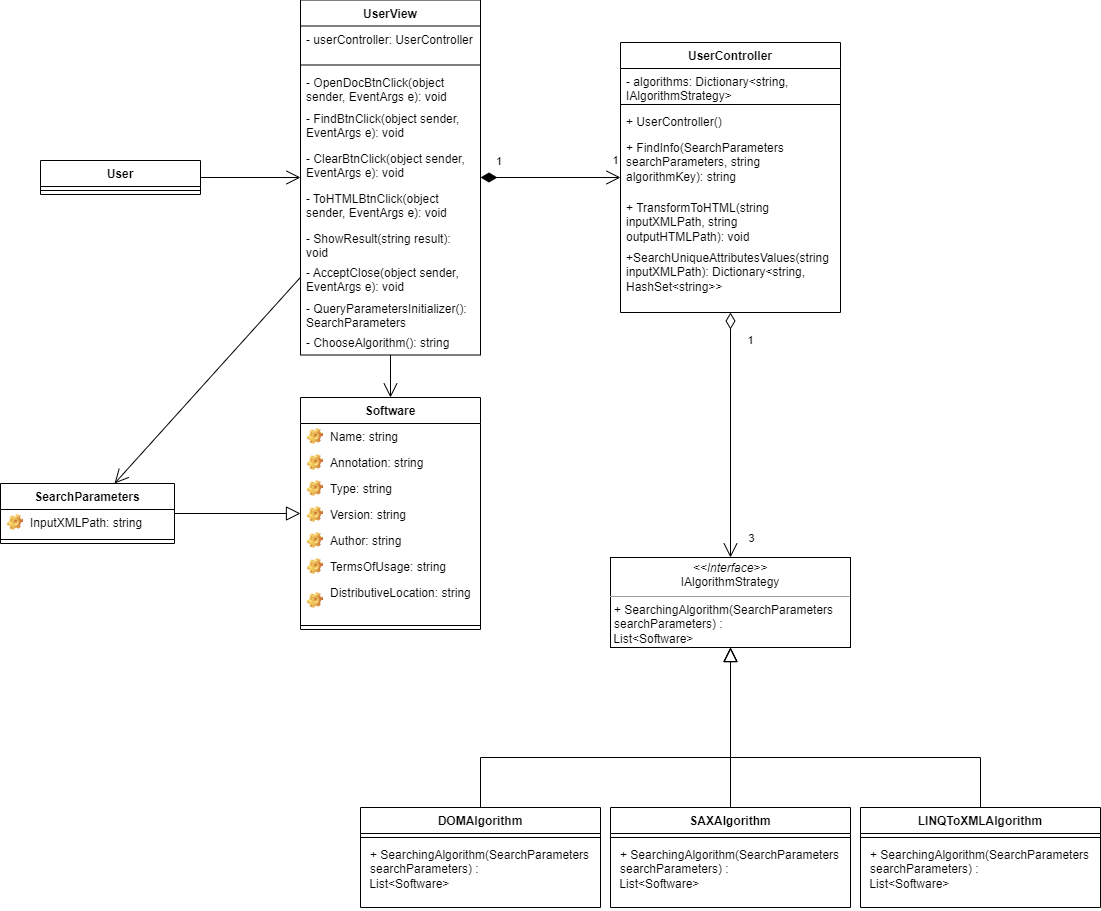
Above: Lab 2/ClassDiag.png in g-gi-g/Lab2 (draw.io), before the change. Source tidied: cells renumbered, new cells last; positions are measured from the earlier drawing's top-left corner, leaving out a move shared by most shapes.
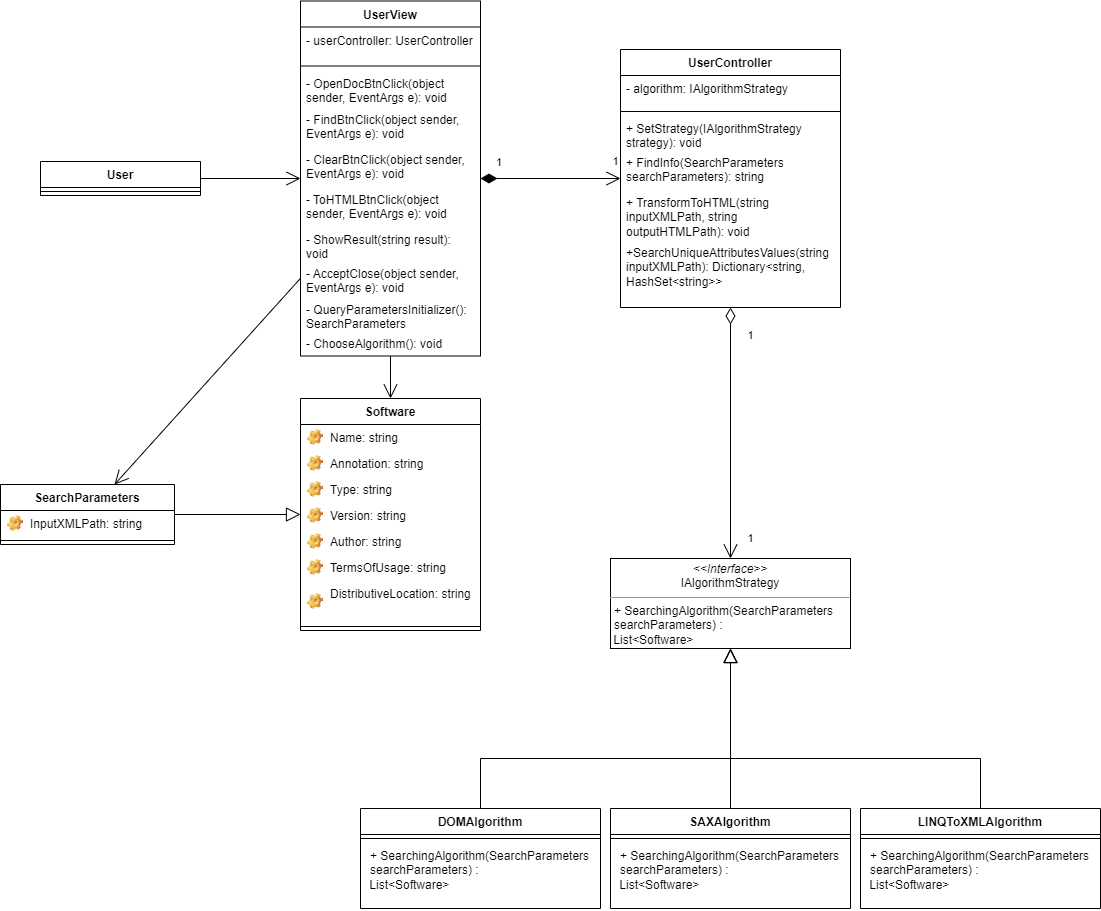
The same diagram one commit later.

What changed in the source:
```diff
@@ -38,29 +38,29 @@
     <mxCell id="13" value="- QueryParametersInitializer(): SearchParameters" style="text;strokeColor=none;fillColor=none;align=left;verticalAlign=top;spacingLeft=4;spacingRight=4;overflow=hidden;whiteSpace=wrap;html=1;" parent="4" vertex="1">
       <mxGeometry y="295" width="180" height="34" as="geometry" />
     </mxCell>
-    <mxCell id="14" value="- ChooseAlgorithm(): string" style="text;strokeColor=none;fillColor=none;align=left;verticalAlign=top;spacingLeft=4;spacingRight=4;overflow=hidden;whiteSpace=wrap;html=1;" parent="4" vertex="1">
+    <mxCell id="14" value="- ChooseAlgorithm(): void" style="text;strokeColor=none;fillColor=none;align=left;verticalAlign=top;spacingLeft=4;spacingRight=4;overflow=hidden;whiteSpace=wrap;html=1;" parent="4" vertex="1">
       <mxGeometry y="329" width="180" height="26" as="geometry" />
     </mxCell>
     <mxCell id="15" value="UserController" style="swimlane;fontStyle=1;align=center;verticalAlign=top;horizontal=1;startSize=26;whiteSpace=wrap;html=1;" parent="1" vertex="1">
-      <mxGeometry x="620" y="43" width="220" height="270" as="geometry" />
+      <mxGeometry x="620" y="49" width="220" height="258" as="geometry" />
     </mxCell>
-    <mxCell id="16" value="- algorithms: Dictionary&amp;lt;string, IAlgorithmStrategy&amp;gt;" style="text;strokeColor=none;fillColor=none;align=left;verticalAlign=top;spacingLeft=4;spacingRight=4;overflow=hidden;whiteSpace=wrap;html=1;" parent="15" vertex="1">
+    <mxCell id="16" value="- algorithm: IAlgorithmStrategy" style="text;strokeColor=none;fillColor=none;align=left;verticalAlign=top;spacingLeft=4;spacingRight=4;overflow=hidden;whiteSpace=wrap;html=1;" parent="15" vertex="1">
       <mxGeometry y="26" width="220" height="32" as="geometry" />
     </mxCell>
     <mxCell id="17" style="line;strokeWidth=1;fillColor=none;align=left;verticalAlign=middle;spacingTop=-1;spacingLeft=3;spacingRight=3;labelPosition=right;strokeColor=inherit;" parent="15" vertex="1">
       <mxGeometry y="58" width="220" height="8" as="geometry" />
     </mxCell>
-    <mxCell id="18" value="+ UserController()" style="text;strokeColor=none;fillColor=none;align=left;verticalAlign=top;spacingLeft=4;spacingRight=4;overflow=hidden;whiteSpace=wrap;html=1;" parent="15" vertex="1">
-      <mxGeometry y="66" width="220" height="26" as="geometry" />
-    </mxCell>
+    <mxCell id="56" value="+ SetStrategy(IAlgorithmStrategy strategy): void" style="text;strokeColor=none;fillColor=none;align=left;verticalAlign=top;spacingLeft=4;spacingRight=4;overflow=hidden;whiteSpace=wrap;html=1;" parent="15" vertex="1">
+      <mxGeometry y="66" width="220" height="34" as="geometry" />
+    </mxCell>
-    <mxCell id="19" value="+ FindInfo(SearchParameters searchParameters, string algorithmKey): string" style="text;strokeColor=none;fillColor=none;align=left;verticalAlign=top;spacingLeft=4;spacingRight=4;overflow=hidden;whiteSpace=wrap;html=1;" parent="15" vertex="1">
-      <mxGeometry y="92" width="220" height="60" as="geometry" />
+    <mxCell id="19" value="+ FindInfo(SearchParameters searchParameters): string" style="text;strokeColor=none;fillColor=none;align=left;verticalAlign=top;spacingLeft=4;spacingRight=4;overflow=hidden;whiteSpace=wrap;html=1;" parent="15" vertex="1">
+      <mxGeometry y="100" width="220" height="40" as="geometry" />
     </mxCell>
     <mxCell id="20" value="+ TransformToHTML(string inputXMLPath, string outputHTMLPath): void" style="text;strokeColor=none;fillColor=none;align=left;verticalAlign=top;spacingLeft=4;spacingRight=4;overflow=hidden;whiteSpace=wrap;html=1;" parent="15" vertex="1">
-      <mxGeometry y="152" width="220" height="50" as="geometry" />
+      <mxGeometry y="140" width="220" height="50" as="geometry" />
     </mxCell>
     <mxCell id="21" value="+SearchUniqueAttributesValues(string inputXMLPath): Dictionary&amp;lt;string, HashSet&amp;lt;string&amp;gt;&amp;gt;" style="text;strokeColor=none;fillColor=none;align=left;verticalAlign=top;spacingLeft=4;spacingRight=4;overflow=hidden;whiteSpace=wrap;html=1;" parent="15" vertex="1">
-      <mxGeometry y="202" width="220" height="68" as="geometry" />
+      <mxGeometry y="190" width="220" height="68" as="geometry" />
     </mxCell>
     <mxCell id="22" style="endArrow=open;endFill=1;endSize=12;html=1;rounded=0;" parent="1" edge="1" source="2" target="4">
       <mxGeometry relative="1" as="geometry" />
@@ -125,7 +125,7 @@
         <mxPoint x="17" y="9" as="offset" />
       </mxGeometry>
     </mxCell>
-    <mxCell id="37" value="3" style="edgeLabel;html=1;align=center;verticalAlign=middle;" parent="35" vertex="1">
+    <mxCell id="37" value="1" style="edgeLabel;html=1;align=center;verticalAlign=middle;" parent="35" vertex="1">
       <mxGeometry x="0.75" y="2" relative="1" as="geometry">
         <mxPoint x="18" y="12" as="offset" />
       </mxGeometry>
```
